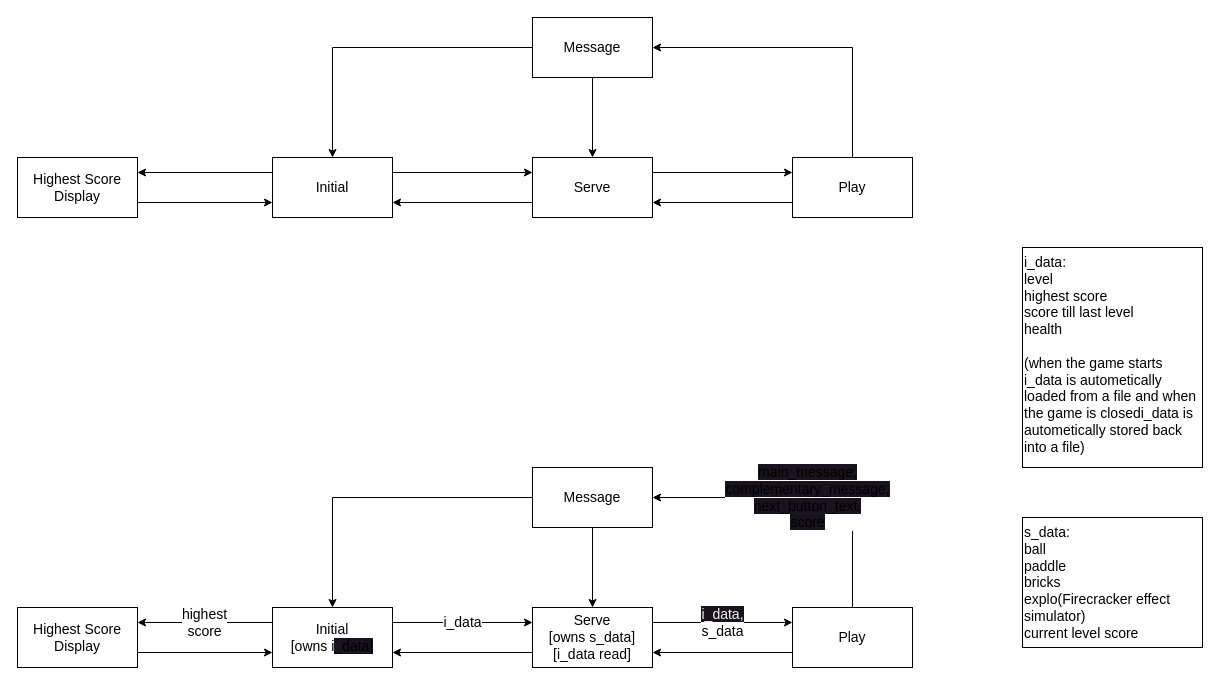
Tushar625/BREAKOUT keeps this draw.io diagram as doc/statemachine.drawio. Above is the earlier version. Source tidied: cells renumbered, new cells numbered last; positions are measured from the earlier drawing's top-left corner, leaving out a move shared by most shapes. Both pictures are drawn from the tidied source at 100%, with x=0, y=0 at pixel (17, 17).
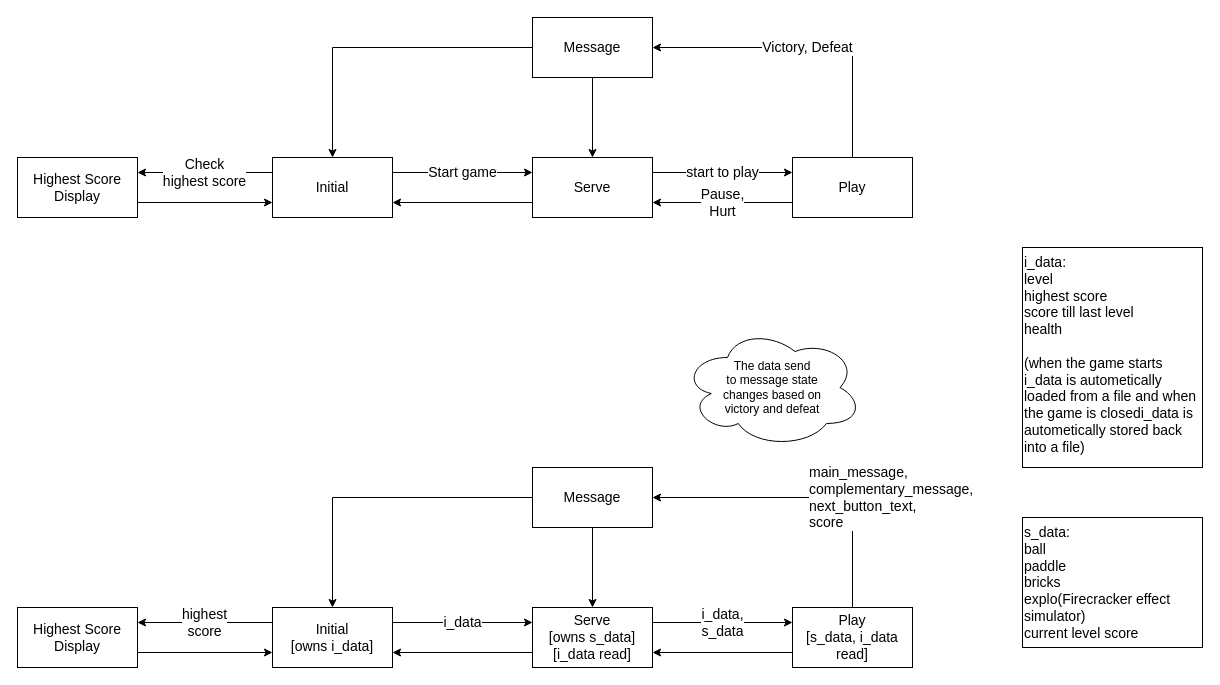
The same diagram, later.

The change refers to these unchanged cells:
```xml
<mxCell id="4" value="&lt;font style=&quot;font-size: 14px;&quot;&gt;Initial&lt;/font&gt;" style="whiteSpace=wrap;html=1;rounded=0;" parent="1" vertex="1">
  <mxGeometry x="255" y="140" width="120" height="60" as="geometry" />
</mxCell>
<mxCell id="7" value="Serve" style="whiteSpace=wrap;html=1;fontSize=14;rounded=0;" parent="1" vertex="1">
  <mxGeometry x="515" y="140" width="120" height="60" as="geometry" />
</mxCell>
<mxCell id="10" value="Play" style="whiteSpace=wrap;html=1;fontSize=14;rounded=0;" parent="1" vertex="1">
  <mxGeometry x="775" y="140" width="120" height="60" as="geometry" />
</mxCell>
<mxCell id="13" value="Message" style="whiteSpace=wrap;html=1;fontSize=14;rounded=0;" parent="1" vertex="1">
  <mxGeometry x="515" width="120" height="60" as="geometry" />
</mxCell>
<mxCell id="15" value="Highest Score Display" style="whiteSpace=wrap;html=1;fontSize=14;rounded=0;" parent="1" vertex="1">
  <mxGeometry y="140" width="120" height="60" as="geometry" />
</mxCell>
<mxCell id="27" value="Message" style="whiteSpace=wrap;html=1;fontSize=14;rounded=0;" parent="1" vertex="1">
  <mxGeometry x="515" y="450" width="120" height="60" as="geometry" />
</mxCell>
```

Change to the diagram source:
```diff
@@
-    <mxCell id="2" style="edgeStyle=none;html=1;exitX=1;exitY=0.25;exitDx=0;exitDy=0;entryX=0;entryY=0.25;entryDx=0;entryDy=0;fontSize=14;rounded=0;" parent="1" edge="1" source="4" target="7">
+    <mxCell id="2" value="Start game" style="edgeStyle=none;html=1;exitX=1;exitY=0.25;exitDx=0;exitDy=0;entryX=0;entryY=0.25;entryDx=0;entryDy=0;fontSize=14;rounded=0;" parent="1" edge="1" source="4" target="7">
       <mxGeometry relative="1" as="geometry" />
     </mxCell>
-    <mxCell id="3" style="edgeStyle=none;html=1;exitX=0;exitY=0.25;exitDx=0;exitDy=0;entryX=1;entryY=0.25;entryDx=0;entryDy=0;fontSize=14;rounded=0;" parent="1" edge="1" source="4" target="15">
+    <mxCell id="3" value="Check&lt;br&gt;highest score" style="edgeStyle=none;html=1;exitX=0;exitY=0.25;exitDx=0;exitDy=0;entryX=1;entryY=0.25;entryDx=0;entryDy=0;fontSize=14;rounded=0;" parent="1" edge="1" source="4" target="15">
       <mxGeometry relative="1" as="geometry" />
     </mxCell>
@@
-    <mxCell id="5" style="edgeStyle=none;html=1;exitX=1;exitY=0.25;exitDx=0;exitDy=0;entryX=0;entryY=0.25;entryDx=0;entryDy=0;fontSize=14;rounded=0;" parent="1" edge="1" source="7" target="10">
+    <mxCell id="5" value="start to play" style="edgeStyle=none;html=1;exitX=1;exitY=0.25;exitDx=0;exitDy=0;entryX=0;entryY=0.25;entryDx=0;entryDy=0;fontSize=14;rounded=0;" parent="1" edge="1" source="7" target="10">
       <mxGeometry relative="1" as="geometry" />
     </mxCell>
@@
-    <mxCell id="8" style="edgeStyle=none;html=1;exitX=0;exitY=0.75;exitDx=0;exitDy=0;entryX=1;entryY=0.75;entryDx=0;entryDy=0;fontSize=14;rounded=0;" parent="1" edge="1" source="10" target="7">
+    <mxCell id="8" value="Pause,&lt;br&gt;Hurt" style="edgeStyle=none;html=1;exitX=0;exitY=0.75;exitDx=0;exitDy=0;entryX=1;entryY=0.75;entryDx=0;entryDy=0;fontSize=14;rounded=0;" parent="1" edge="1" source="10" target="7">
       <mxGeometry relative="1" as="geometry" />
     </mxCell>
-    <mxCell id="9" style="edgeStyle=none;html=1;exitX=0.5;exitY=0;exitDx=0;exitDy=0;entryX=1;entryY=0.5;entryDx=0;entryDy=0;fontSize=14;rounded=0;" parent="1" edge="1" source="10" target="13">
+    <mxCell id="9" value="Victory, Defeat" style="edgeStyle=none;html=1;exitX=0.5;exitY=0;exitDx=0;exitDy=0;entryX=1;entryY=0.5;entryDx=0;entryDy=0;fontSize=14;rounded=0;" parent="1" edge="1" source="10" target="13">
       <mxGeometry relative="1" as="geometry">
         <Array as="points">
           <mxPoint x="835" y="30" />
         </Array>
       </mxGeometry>
     </mxCell>
@@
-    <mxCell id="18" value="&lt;font style=&quot;font-size: 14px;&quot;&gt;Initial&lt;br&gt;[owns i&lt;span style=&quot;background-color: rgb(24, 20, 29);&quot;&gt;_data]&lt;/span&gt;&lt;br&gt;&lt;/font&gt;" style="whiteSpace=wrap;html=1;rounded=0;" parent="1" vertex="1">
+    <mxCell id="18" value="&lt;font style=&quot;font-size: 14px;&quot;&gt;Initial&lt;br&gt;[owns i_data]&lt;br&gt;&lt;/font&gt;" style="whiteSpace=wrap;html=1;rounded=0;" parent="1" vertex="1">
       <mxGeometry x="255" y="590" width="120" height="60" as="geometry" />
     </mxCell>
-    <mxCell id="19" value="&lt;span style=&quot;color: rgb(240, 240, 240); font-family: Helvetica; font-size: 14px; font-style: normal; font-variant-ligatures: normal; font-variant-caps: normal; font-weight: 400; letter-spacing: normal; orphans: 2; text-align: center; text-indent: 0px; text-transform: none; widows: 2; word-spacing: 0px; -webkit-text-stroke-width: 0px; text-decoration-thickness: initial; text-decoration-style: initial; text-decoration-color: initial; float: none; display: inline !important;&quot;&gt;&lt;span style=&quot;background-color: rgb(24, 20, 29);&quot;&gt;i_data,&lt;br&gt;&lt;/span&gt;&lt;/span&gt;s_data" style="edgeStyle=none;html=1;exitX=1;exitY=0.25;exitDx=0;exitDy=0;entryX=0;entryY=0.25;entryDx=0;entryDy=0;fontSize=14;rounded=0;" parent="1" edge="1">
+    <mxCell id="19" value="i_data,&lt;br&gt;s_data" style="edgeStyle=none;html=1;exitX=1;exitY=0.25;exitDx=0;exitDy=0;entryX=0;entryY=0.25;entryDx=0;entryDy=0;fontSize=14;rounded=0;" parent="1" edge="1">
       <mxGeometry relative="1" as="geometry">
         <mxPoint x="635" y="605" as="sourcePoint" />
         <mxPoint x="775" y="605" as="targetPoint" />
       </mxGeometry>
     </mxCell>
@@
-    <mxCell id="23" value="&lt;span style=&quot;orphans: 2; text-align: center; text-indent: 0px; widows: 2; background-color: rgb(24, 20, 29); text-decoration-thickness: initial; text-decoration-style: initial; text-decoration-color: initial; float: none; display: inline !important;&quot;&gt;main_message,&lt;br&gt;complementary_message,&lt;br&gt;next_button_text,&lt;br&gt;score&lt;br&gt;&lt;/span&gt;" style="edgeStyle=none;html=1;exitX=0.5;exitY=0;exitDx=0;exitDy=0;entryX=1;entryY=0.5;entryDx=0;entryDy=0;fontSize=14;rounded=0;" parent="1" edge="1" source="24" target="27">
+    <mxCell id="23" value="main_message,&lt;br&gt;complementary_message,&lt;br&gt;next_button_text,&lt;br&gt;score" style="edgeStyle=none;html=1;exitX=0.5;exitY=0;exitDx=0;exitDy=0;entryX=1;entryY=0.5;entryDx=0;entryDy=0;fontSize=14;rounded=0;align=left;" parent="1" edge="1" source="24" target="27">
       <mxGeometry relative="1" as="geometry">
         <Array as="points">
           <mxPoint x="835" y="480" />
         </Array>
       </mxGeometry>
     </mxCell>
-    <mxCell id="24" value="Play" style="whiteSpace=wrap;html=1;fontSize=14;rounded=0;" parent="1" vertex="1">
+    <mxCell id="24" value="Play&lt;br&gt;[s_data, i_data read]" style="whiteSpace=wrap;html=1;fontSize=14;rounded=0;" parent="1" vertex="1">
       <mxGeometry x="775" y="590" width="120" height="60" as="geometry" />
     </mxCell>
@@
+    <mxCell id="32" value="The data send&lt;br&gt;to message state&lt;br&gt;changes based on&lt;br&gt;victory and defeat" style="ellipse;shape=cloud;whiteSpace=wrap;html=1;align=center;strokeColor=default;" parent="1" vertex="1">
+      <mxGeometry x="665" y="310" width="180" height="120" as="geometry" />
+    </mxCell>
```
